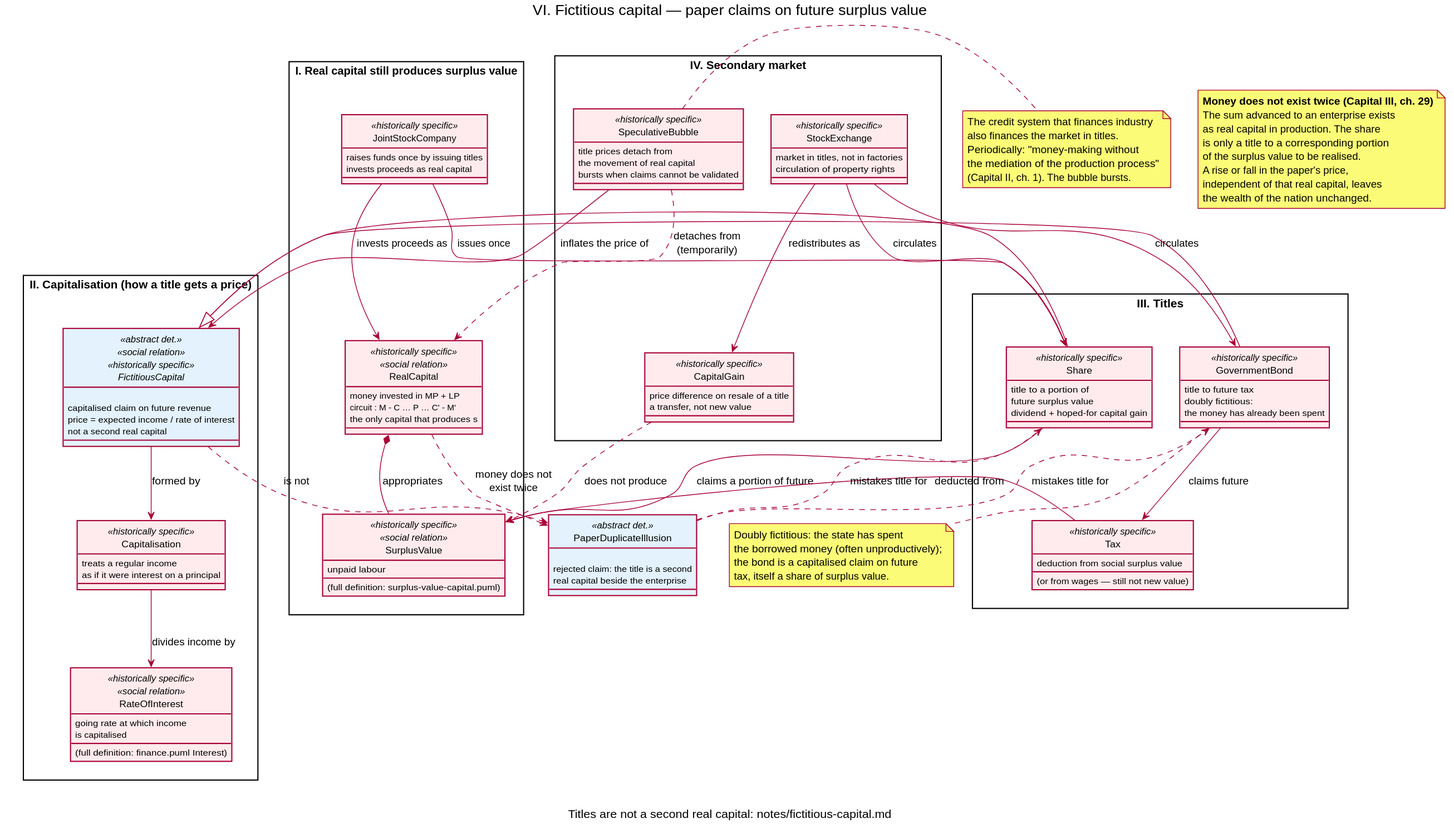
davot/wagism keeps this PlantUML diagram as models/rendered/fictitious-capital.svg. Above is the earlier version.
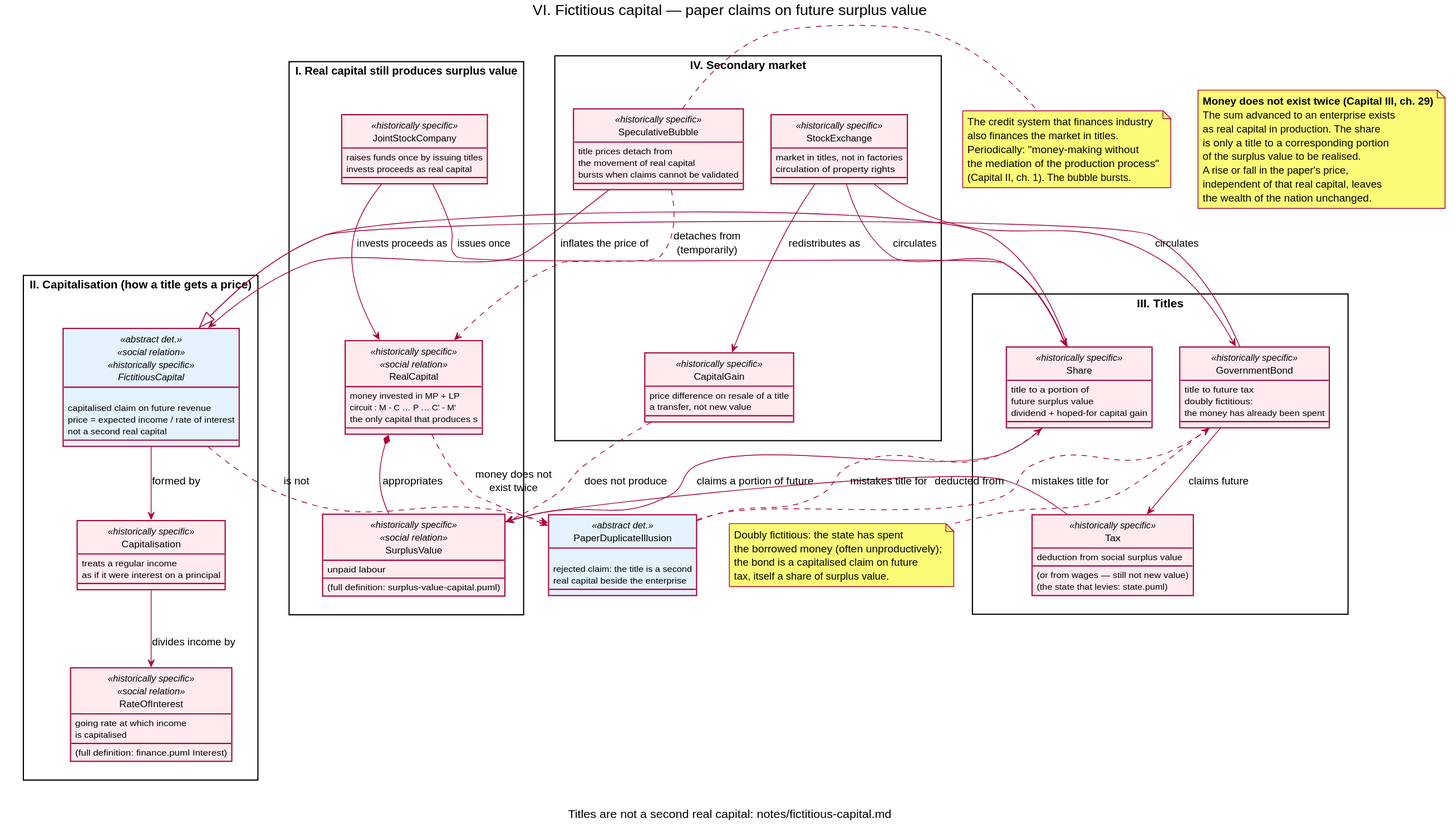
The same diagram one commit later.

What changed in the source:
```diff
@@ -63,6 +63,7 @@
   class Tax <<historically specific>> {
     deduction from social surplus value
     (or from wages — still not new value)
+    (the state that levies: state.puml)
   }
 }
 
```
